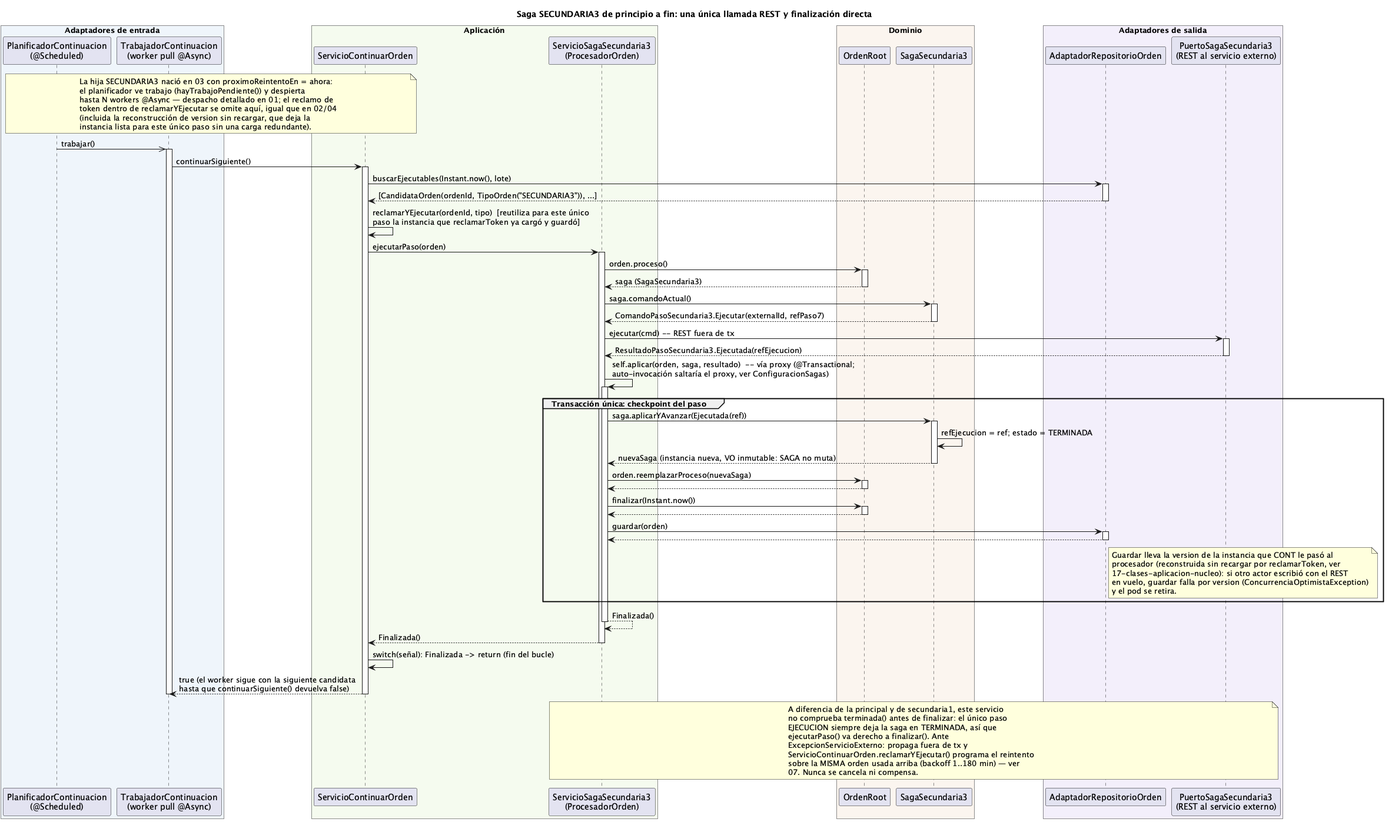
ralcazar/patrones keeps this PlantUML diagram as order-manager/docs/06-saga-secundaria3.png. Above is the earlier version.
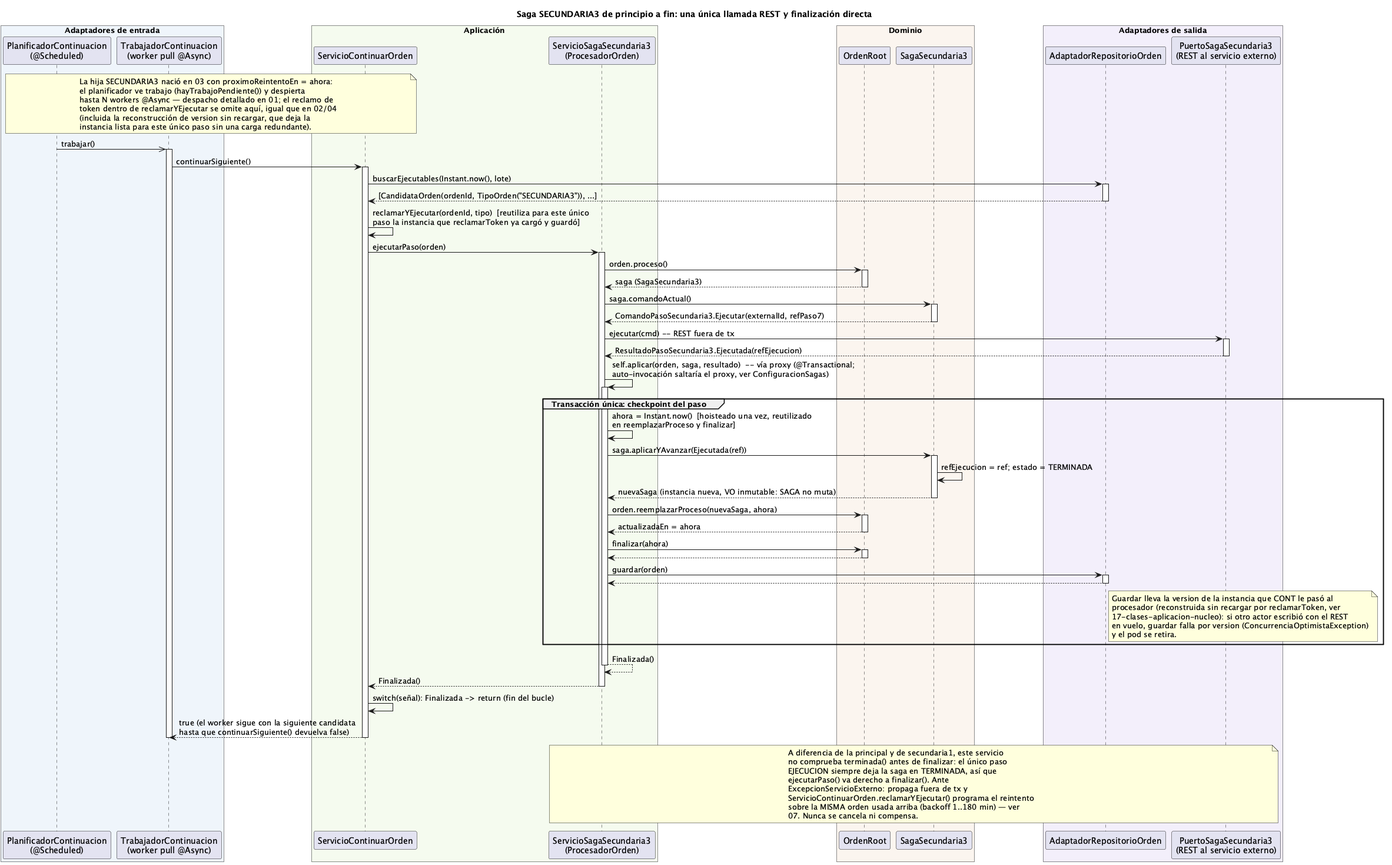
After the commit.

Change to the diagram source:
```diff
@@ -42,12 +42,13 @@
 return ResultadoPasoSecundaria3.Ejecutada(refEjecucion)
 ORQ -> ORQ ++ : self.aplicar(orden, saga, resultado)  -- vía proxy (@Transactional;\nauto-invocación saltaría el proxy, ver ConfiguracionSagas)
 group Transacción única: checkpoint del paso
+  ORQ -> ORQ : ahora = Instant.now()  [hoisteado una vez, reutilizado\nen reemplazarProceso y finalizar]
   ORQ -> SAGA ++ : saga.aplicarYAvanzar(Ejecutada(ref))
   SAGA -> SAGA : refEjecucion = ref; estado = TERMINADA
   return nuevaSaga (instancia nueva, VO inmutable: SAGA no muta)
-  ORQ -> ORDEN ++ : orden.reemplazarProceso(nuevaSaga)
-  return
-  ORQ -> ORDEN ++ : finalizar(Instant.now())
+  ORQ -> ORDEN ++ : orden.reemplazarProceso(nuevaSaga, ahora)
+  return actualizadaEn = ahora
+  ORQ -> ORDEN ++ : finalizar(ahora)
   return
   ORQ -> REPO ++ : guardar(orden)
   return
```
